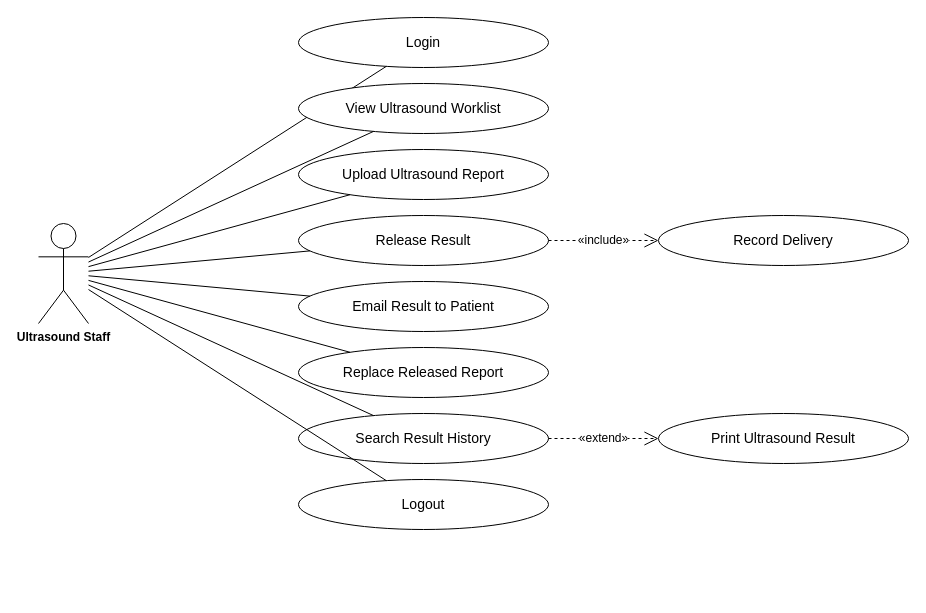
Before: page "Ultrasound Staff" (6 of 8) of docs/diagrams/usecases.drawio in Diazzzz-cpu/Enlogada-Clinic-Management-System, a draw.io diagram. Source tidied: cells renumbered, new cells numbered last; positions are measured from the earlier drawing's top-left corner, leaving out a move shared by most shapes. Both pictures are drawn from the tidied source at 100%, with x=0, y=0 at pixel (38, 17).
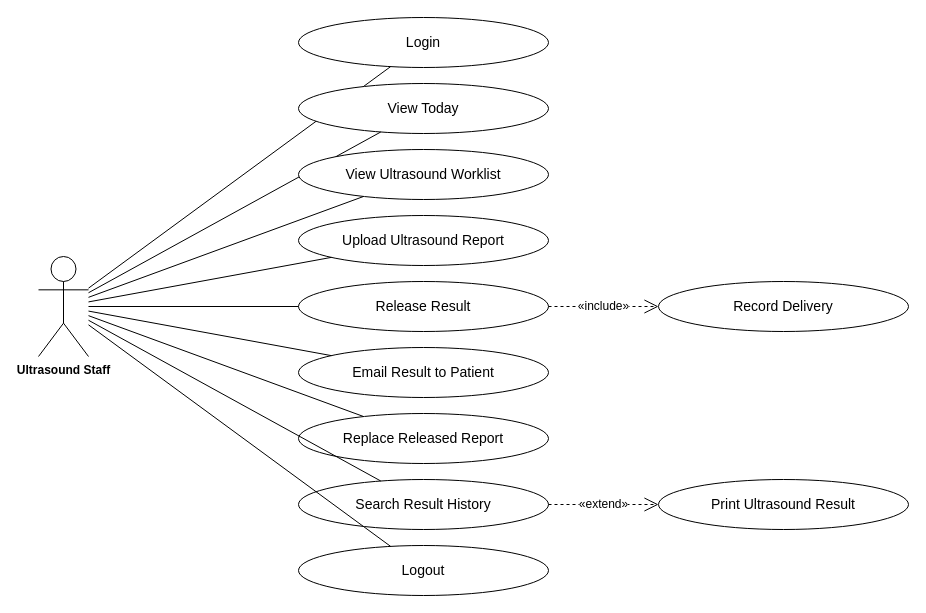
After the change.

What changed in the source:
```diff
@@
     <mxCell id="2" value="Ultrasound Staff" style="shape=umlActor;verticalLabelPosition=bottom;verticalAlign=top;html=1;outlineConnect=0;fontFamily=Helvetica;fontSize=12;fontStyle=1;" parent="1" vertex="1">
-      <mxGeometry y="206" width="50" height="100" as="geometry" />
+      <mxGeometry y="239" width="50" height="100" as="geometry" />
     </mxCell>
@@
-    <mxCell id="5" value="View Ultrasound Worklist" style="ellipse;whiteSpace=wrap;html=1;fontFamily=Helvetica;fontSize=14;fontColor=#000000;strokeColor=#000000;" parent="1" vertex="1">
+    <mxCell id="5" value="View Today" style="ellipse;whiteSpace=wrap;html=1;fontFamily=Helvetica;fontSize=14;fontColor=#000000;strokeColor=#000000;" parent="1" vertex="1">
       <mxGeometry x="260" y="66" width="250" height="50" as="geometry" />
     </mxCell>
@@
-    <mxCell id="7" value="Upload Ultrasound Report" style="ellipse;whiteSpace=wrap;html=1;fontFamily=Helvetica;fontSize=14;fontColor=#000000;strokeColor=#000000;" parent="1" vertex="1">
+    <mxCell id="7" value="View Ultrasound Worklist" style="ellipse;whiteSpace=wrap;html=1;fontFamily=Helvetica;fontSize=14;fontColor=#000000;strokeColor=#000000;" parent="1" vertex="1">
       <mxGeometry x="260" y="132" width="250" height="50" as="geometry" />
     </mxCell>
@@
-    <mxCell id="9" value="Release Result" style="ellipse;whiteSpace=wrap;html=1;fontFamily=Helvetica;fontSize=14;fontColor=#000000;strokeColor=#000000;" parent="1" vertex="1">
+    <mxCell id="9" value="Upload Ultrasound Report" style="ellipse;whiteSpace=wrap;html=1;fontFamily=Helvetica;fontSize=14;fontColor=#000000;strokeColor=#000000;" parent="1" vertex="1">
       <mxGeometry x="260" y="198" width="250" height="50" as="geometry" />
     </mxCell>
@@
-    <mxCell id="11" value="Email Result to Patient" style="ellipse;whiteSpace=wrap;html=1;fontFamily=Helvetica;fontSize=14;fontColor=#000000;strokeColor=#000000;" parent="1" vertex="1">
+    <mxCell id="11" value="Release Result" style="ellipse;whiteSpace=wrap;html=1;fontFamily=Helvetica;fontSize=14;fontColor=#000000;strokeColor=#000000;" parent="1" vertex="1">
       <mxGeometry x="260" y="264" width="250" height="50" as="geometry" />
     </mxCell>
@@
-    <mxCell id="13" value="Replace Released Report" style="ellipse;whiteSpace=wrap;html=1;fontFamily=Helvetica;fontSize=14;fontColor=#000000;strokeColor=#000000;" parent="1" vertex="1">
+    <mxCell id="13" value="Email Result to Patient" style="ellipse;whiteSpace=wrap;html=1;fontFamily=Helvetica;fontSize=14;fontColor=#000000;strokeColor=#000000;" parent="1" vertex="1">
       <mxGeometry x="260" y="330" width="250" height="50" as="geometry" />
     </mxCell>
@@
-    <mxCell id="15" value="Search Result History" style="ellipse;whiteSpace=wrap;html=1;fontFamily=Helvetica;fontSize=14;fontColor=#000000;strokeColor=#000000;" parent="1" vertex="1">
+    <mxCell id="15" value="Replace Released Report" style="ellipse;whiteSpace=wrap;html=1;fontFamily=Helvetica;fontSize=14;fontColor=#000000;strokeColor=#000000;" parent="1" vertex="1">
       <mxGeometry x="260" y="396" width="250" height="50" as="geometry" />
     </mxCell>
@@
-    <mxCell id="17" value="Logout" style="ellipse;whiteSpace=wrap;html=1;fontFamily=Helvetica;fontSize=14;fontColor=#000000;strokeColor=#000000;" parent="1" vertex="1">
+    <mxCell id="17" value="Search Result History" style="ellipse;whiteSpace=wrap;html=1;fontFamily=Helvetica;fontSize=14;fontColor=#000000;strokeColor=#000000;" parent="1" vertex="1">
       <mxGeometry x="260" y="462" width="250" height="50" as="geometry" />
     </mxCell>
@@
-    <mxCell id="19" value="Print Ultrasound Result" style="ellipse;whiteSpace=wrap;html=1;fontFamily=Helvetica;fontSize=14;fontColor=#000000;strokeColor=#000000;" parent="1" vertex="1">
-      <mxGeometry x="620" y="396" width="250" height="50" as="geometry" />
+    <mxCell id="19" value="Logout" style="ellipse;whiteSpace=wrap;html=1;fontFamily=Helvetica;fontSize=14;fontColor=#000000;strokeColor=#000000;" parent="1" vertex="1">
+      <mxGeometry x="260" y="528" width="250" height="50" as="geometry" />
     </mxCell>
-    <mxCell id="20" value="«extend»" style="endArrow=open;endSize=12;dashed=1;html=1;fontFamily=Helvetica;fontSize=12;fontColor=#000000;strokeColor=#000000;" parent="1" edge="1" source="15" target="19">
+    <mxCell id="20" style="edgeStyle=none;rounded=0;html=1;endArrow=none;fontFamily=Helvetica;fontSize=12;fontColor=#000000;strokeColor=#000000;" parent="1" edge="1" source="2" target="19">
       <mxGeometry relative="1" as="geometry" />
     </mxCell>
-    <mxCell id="21" value="Record Delivery" style="ellipse;whiteSpace=wrap;html=1;fontFamily=Helvetica;fontSize=14;fontColor=#000000;strokeColor=#000000;" parent="1" vertex="1">
-      <mxGeometry x="620" y="198" width="250" height="50" as="geometry" />
+    <mxCell id="21" value="Print Ultrasound Result" style="ellipse;whiteSpace=wrap;html=1;fontFamily=Helvetica;fontSize=14;fontColor=#000000;strokeColor=#000000;" parent="1" vertex="1">
+      <mxGeometry x="620" y="462" width="250" height="50" as="geometry" />
     </mxCell>
-    <mxCell id="22" value="«include»" style="endArrow=open;endSize=12;dashed=1;html=1;fontFamily=Helvetica;fontSize=12;fontColor=#000000;strokeColor=#000000;" parent="1" edge="1" source="9" target="21">
+    <mxCell id="22" value="«extend»" style="endArrow=open;endSize=12;dashed=1;html=1;fontFamily=Helvetica;fontSize=12;fontColor=#000000;strokeColor=#000000;" parent="1" edge="1" source="17" target="21">
       <mxGeometry relative="1" as="geometry" />
     </mxCell>
+    <mxCell id="23" value="Record Delivery" style="ellipse;whiteSpace=wrap;html=1;fontFamily=Helvetica;fontSize=14;fontColor=#000000;strokeColor=#000000;" parent="1" vertex="1">
+      <mxGeometry x="620" y="264" width="250" height="50" as="geometry" />
+    </mxCell>
+    <mxCell id="24" value="«include»" style="endArrow=open;endSize=12;dashed=1;html=1;fontFamily=Helvetica;fontSize=12;fontColor=#000000;strokeColor=#000000;" parent="1" edge="1" source="11" target="23">
+      <mxGeometry relative="1" as="geometry" />
+    </mxCell>
```
